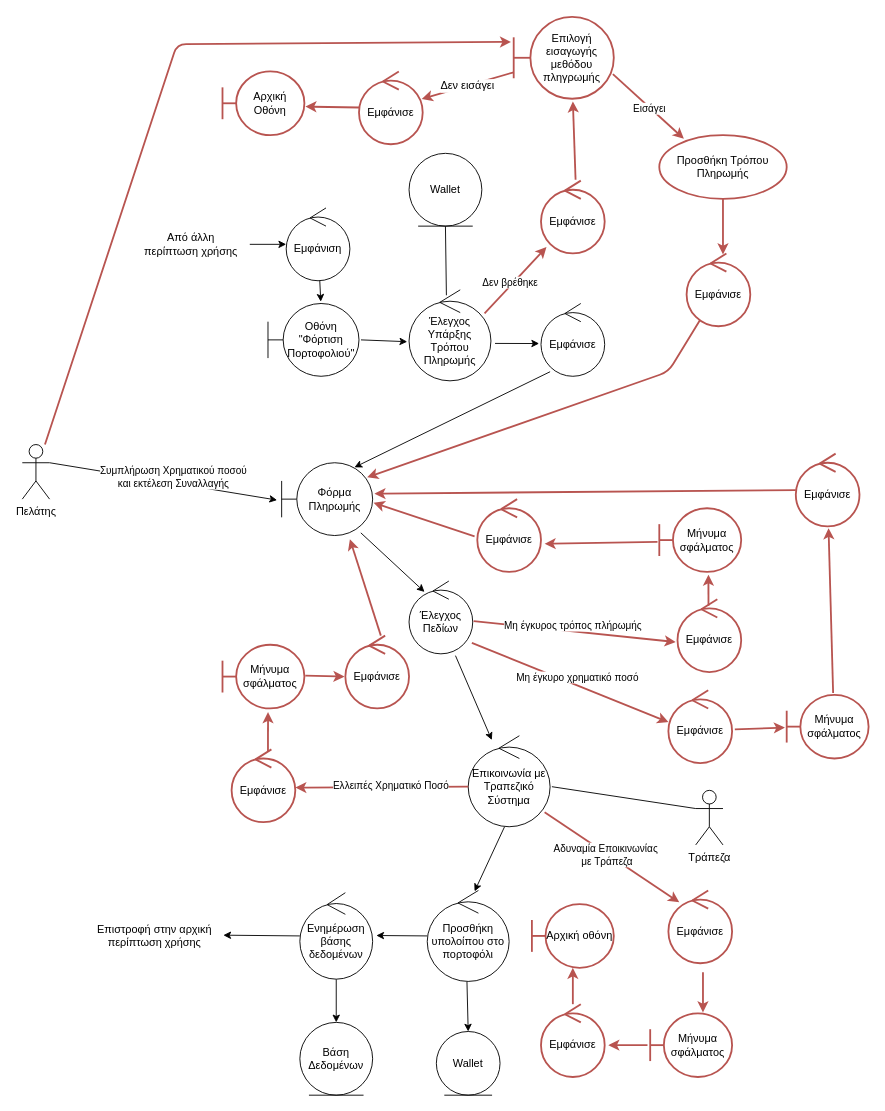
Above: Part_4/Robustness/diagrams/old/06_Φόρτιση_Πορτοφολιού.drawio in Nikolis2002/texnoligia_logismikou (draw.io), before the change. Source tidied: cells renumbered, new cells numbered last; positions are measured from the earlier drawing's top-left corner, leaving out a move shared by most shapes. Both pictures are drawn from the tidied source at 91%, with x=0, y=0 at pixel (22, 16).
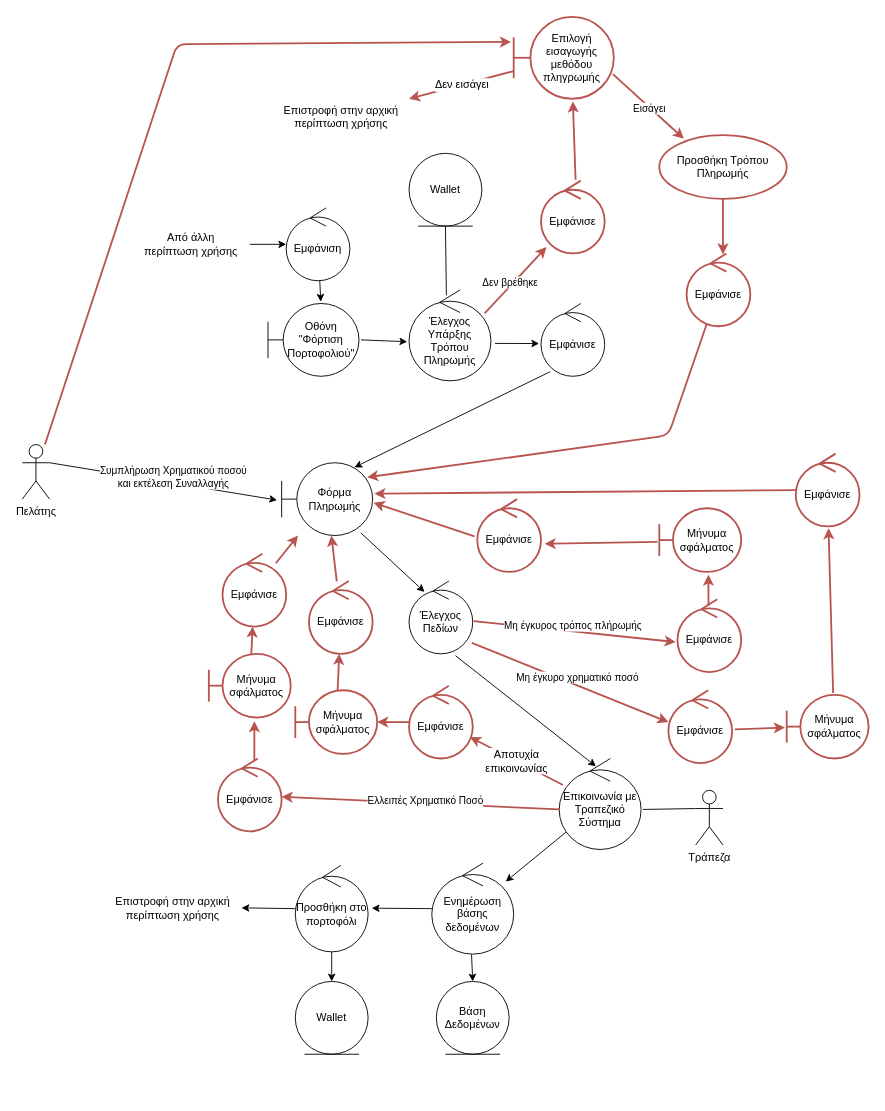
After the change.

The change refers to these unchanged cells:
```xml
<mxCell id="11" value="Έλεγχος Πεδίων" style="ellipse;shape=umlControl;whiteSpace=wrap;html=1;" parent="1" vertex="1">
  <mxGeometry x="425" y="620" width="70" height="80" as="geometry" />
</mxCell>
<mxCell id="21" value="Φόρμα Πληρωμής" style="shape=umlBoundary;whiteSpace=wrap;html=1;" parent="1" vertex="1">
  <mxGeometry x="285" y="490" width="100" height="80" as="geometry" />
</mxCell>
<mxCell id="49" value="Επιλογή εισαγωγής μεθόδου πληγρωμής" style="shape=umlBoundary;whiteSpace=wrap;html=1;fillColor=none;strokeColor=#b85450;strokeWidth=2;" parent="1" vertex="1">
  <mxGeometry x="540" width="110" height="90" as="geometry" />
</mxCell>
<mxCell id="52" value="Εμφάνισε" style="ellipse;shape=umlControl;whiteSpace=wrap;html=1;fillColor=none;strokeColor=#b85450;strokeWidth=2;" parent="1" vertex="1">
  <mxGeometry x="730" y="260" width="70" height="80" as="geometry" />
</mxCell>
```

Change to the diagram source:
```diff
@@
-    <mxCell id="10" style="edgeStyle=none;html=1;exitX=0.729;exitY=1.025;exitDx=0;exitDy=0;exitPerimeter=0;" parent="1" edge="1" source="11" target="13">
+    <mxCell id="10" style="edgeStyle=none;html=1;exitX=0.729;exitY=1.025;exitDx=0;exitDy=0;exitPerimeter=0;entryX=0.449;entryY=0.086;entryDx=0;entryDy=0;entryPerimeter=0;" parent="1" edge="1" source="11" target="13">
       <mxGeometry relative="1" as="geometry" />
     </mxCell>
@@
+    <mxCell id="63" value="Αποτυχία&lt;br&gt;επικοινωνίας" style="edgeStyle=none;html=1;fontSize=12;strokeColor=#b85450;strokeWidth=2;fillColor=none;" parent="1" edge="1" source="13" target="62">
+      <mxGeometry relative="1" as="geometry" />
+    </mxCell>
-    <mxCell id="12" style="edgeStyle=none;html=1;exitX=0.444;exitY=1;exitDx=0;exitDy=0;exitPerimeter=0;entryX=0.578;entryY=0.01;entryDx=0;entryDy=0;entryPerimeter=0;" parent="1" edge="1" source="13" target="75">
+    <mxCell id="12" style="edgeStyle=none;html=1;" parent="1" edge="1" source="13" target="75">
       <mxGeometry relative="1" as="geometry" />
     </mxCell>
     <mxCell id="13" value="Επικοινωνία με Τραπεζικό Σύστημα" style="ellipse;shape=umlControl;whiteSpace=wrap;html=1;" parent="1" vertex="1">
-      <mxGeometry x="490" y="790" width="90" height="100" as="geometry" />
+      <mxGeometry x="590" y="815" width="90" height="100" as="geometry" />
     </mxCell>
@@
-    <mxCell id="18" value="Ενημέρωση βάσης δεδομένων" style="ellipse;shape=umlControl;whiteSpace=wrap;html=1;" parent="1" vertex="1">
-      <mxGeometry x="305" y="962.5" width="80" height="95" as="geometry" />
+    <mxCell id="18" value="Προσθήκη στο πορτοφόλι" style="ellipse;shape=umlControl;whiteSpace=wrap;html=1;" parent="1" vertex="1">
+      <mxGeometry x="300" y="932.5" width="80" height="95" as="geometry" />
     </mxCell>
-    <mxCell id="19" value="Βάση Δεδομένων" style="ellipse;shape=umlEntity;whiteSpace=wrap;html=1;" parent="1" vertex="1">
-      <mxGeometry x="305" y="1105" width="80" height="80" as="geometry" />
+    <mxCell id="19" value="Wallet" style="ellipse;shape=umlEntity;whiteSpace=wrap;html=1;" parent="1" vertex="1">
+      <mxGeometry x="300" y="1060" width="80" height="80" as="geometry" />
     </mxCell>
@@
-    <mxCell id="48" value="Δεν εισάγει" style="edgeStyle=none;html=1;fontSize=12;strokeColor=#b85450;strokeWidth=2;fillColor=none;" parent="1" edge="1" source="49" target="77">
+    <mxCell id="48" value="Δεν εισάγει" style="edgeStyle=none;html=1;fontSize=12;strokeColor=#b85450;strokeWidth=2;fillColor=none;" parent="1" edge="1" source="49" target="85">
       <mxGeometry relative="1" as="geometry" />
     </mxCell>
@@
     <mxCell id="54" style="edgeStyle=none;html=1;strokeWidth=2;fontSize=12;fillColor=none;strokeColor=#b85450;entryX=0.94;entryY=0.2;entryDx=0;entryDy=0;entryPerimeter=0;" parent="1" edge="1" source="52" target="21">
       <mxGeometry relative="1" as="geometry">
         <Array as="points">
-          <mxPoint x="710" y="390" />
+          <mxPoint x="710" y="460" />
         </Array>
       </mxGeometry>
     </mxCell>
     <mxCell id="55" value="Εμφάνισε" style="ellipse;shape=umlControl;whiteSpace=wrap;html=1;fillColor=none;strokeColor=#b85450;strokeWidth=2;" parent="1" vertex="1">
-      <mxGeometry x="230" y="805" width="70" height="80" as="geometry" />
+      <mxGeometry x="215" y="815" width="70" height="80" as="geometry" />
     </mxCell>
@@
+    <mxCell id="61" style="edgeStyle=none;html=1;fontSize=12;strokeColor=#b85450;strokeWidth=2;fillColor=none;" parent="1" edge="1" source="58" target="60">
+      <mxGeometry relative="1" as="geometry" />
+    </mxCell>
     <mxCell id="58" value="Μήνυμα σφάλματος" style="shape=umlBoundary;whiteSpace=wrap;html=1;fillColor=none;strokeColor=#b85450;strokeWidth=2;" parent="1" vertex="1">
-      <mxGeometry x="220" y="690" width="90" height="70" as="geometry" />
+      <mxGeometry x="205" y="700" width="90" height="70" as="geometry" />
     </mxCell>
@@
+    <mxCell id="82" style="edgeStyle=none;html=1;fontSize=12;strokeColor=#b85450;strokeWidth=2;fillColor=none;" parent="1" edge="1" source="60" target="21">
+      <mxGeometry relative="1" as="geometry" />
+    </mxCell>
     <mxCell id="60" value="Εμφάνισε" style="ellipse;shape=umlControl;whiteSpace=wrap;html=1;fillColor=none;strokeColor=#b85450;strokeWidth=2;" parent="1" vertex="1">
-      <mxGeometry x="355" y="680" width="70" height="80" as="geometry" />
+      <mxGeometry x="220" y="590" width="70" height="80" as="geometry" />
     </mxCell>
-    <mxCell id="61" style="edgeStyle=none;html=1;strokeWidth=2;fontSize=12;fillColor=none;strokeColor=#b85450;exitX=1.011;exitY=0.486;exitDx=0;exitDy=0;exitPerimeter=0;entryX=-0.014;entryY=0.563;entryDx=0;entryDy=0;entryPerimeter=0;" parent="1" edge="1" source="58" target="60">
-      <mxGeometry relative="1" as="geometry" />
-    </mxCell>
+    <mxCell id="83" style="edgeStyle=none;html=1;fontSize=12;strokeColor=#b85450;strokeWidth=2;fillColor=none;" parent="1" edge="1" source="62" target="65">
+      <mxGeometry relative="1" as="geometry" />
+    </mxCell>
     <mxCell id="62" value="Εμφάνισε" style="ellipse;shape=umlControl;whiteSpace=wrap;html=1;fillColor=none;strokeColor=#b85450;strokeWidth=2;" parent="1" vertex="1">
-      <mxGeometry x="710" y="960" width="70" height="80" as="geometry" />
+      <mxGeometry x="425" y="735" width="70" height="80" as="geometry" />
     </mxCell>
-    <mxCell id="63" style="edgeStyle=none;html=1;strokeWidth=2;fontSize=12;fillColor=none;strokeColor=#b85450;exitX=0.933;exitY=0.84;exitDx=0;exitDy=0;exitPerimeter=0;entryX=0.171;entryY=0.163;entryDx=0;entryDy=0;entryPerimeter=0;" parent="1" edge="1" source="13" target="62">
-      <mxGeometry relative="1" as="geometry" />
-    </mxCell>
-    <mxCell id="64" value="Αδυναμία Εποικινωνίας&lt;br&gt;&amp;nbsp;με Τράπεζα" style="edgeLabel;html=1;align=center;verticalAlign=middle;" parent="63" vertex="1">
-      <mxGeometry x="-0.38" y="5" relative="1" as="geometry">
-        <mxPoint x="18" y="20" as="offset" />
-      </mxGeometry>
-    </mxCell>
+    <mxCell id="84" style="edgeStyle=none;html=1;fontSize=12;strokeColor=#b85450;strokeWidth=2;fillColor=none;" parent="1" edge="1" source="65" target="87">
+      <mxGeometry relative="1" as="geometry" />
+    </mxCell>
     <mxCell id="65" value="Μήνυμα σφάλματος" style="shape=umlBoundary;whiteSpace=wrap;html=1;fillColor=none;strokeColor=#b85450;strokeWidth=2;" parent="1" vertex="1">
-      <mxGeometry x="690" y="1095" width="90" height="70" as="geometry" />
+      <mxGeometry x="300" y="740" width="90" height="70" as="geometry" />
     </mxCell>
-    <mxCell id="66" style="edgeStyle=none;html=1;strokeWidth=2;fontSize=12;fillColor=none;strokeColor=#b85450;entryX=0.644;entryY=-0.014;entryDx=0;entryDy=0;entryPerimeter=0;" parent="1" edge="1" target="65">
-      <mxGeometry relative="1" as="geometry">
-        <mxPoint x="748" y="1050" as="sourcePoint" />
-      </mxGeometry>
-    </mxCell>
-    <mxCell id="67" style="edgeStyle=none;html=1;fontSize=12;strokeColor=#b85450;strokeWidth=2;fillColor=none;" parent="1" edge="1" source="68" target="80">
-      <mxGeometry relative="1" as="geometry" />
-    </mxCell>
-    <mxCell id="68" value="Εμφάνισε" style="ellipse;shape=umlControl;whiteSpace=wrap;html=1;fillColor=none;strokeColor=#b85450;strokeWidth=2;" parent="1" vertex="1">
-      <mxGeometry x="570" y="1085" width="70" height="80" as="geometry" />
-    </mxCell>
-    <mxCell id="69" style="edgeStyle=none;html=1;strokeWidth=2;fontSize=12;fillColor=none;strokeColor=#b85450;exitX=-0.033;exitY=0.5;exitDx=0;exitDy=0;exitPerimeter=0;entryX=1.057;entryY=0.563;entryDx=0;entryDy=0;entryPerimeter=0;" parent="1" edge="1" source="65" target="68">
-      <mxGeometry relative="1" as="geometry" />
-    </mxCell>
@@
-    <mxCell id="71" value="Wallet" style="ellipse;shape=umlEntity;whiteSpace=wrap;html=1;" parent="1" vertex="1">
-      <mxGeometry x="455" y="1115" width="70" height="70" as="geometry" />
+    <mxCell id="71" value="Βάση Δεδομένων" style="ellipse;shape=umlEntity;whiteSpace=wrap;html=1;" parent="1" vertex="1">
+      <mxGeometry x="455" y="1060" width="80" height="80" as="geometry" />
     </mxCell>
-    <mxCell id="72" style="edgeStyle=none;html=1;strokeWidth=2;fontSize=12;fillColor=none;strokeColor=#b85450;exitX=0.557;exitY=0;exitDx=0;exitDy=0;exitPerimeter=0;" parent="1" edge="1" source="60">
-      <mxGeometry relative="1" as="geometry">
-        <mxPoint x="360" y="574" as="targetPoint" />
-      </mxGeometry>
-    </mxCell>
@@
-    <mxCell id="75" value="Προσθήκη υπολοίπου στο πορτοφόλι" style="ellipse;shape=umlControl;whiteSpace=wrap;html=1;" parent="1" vertex="1">
-      <mxGeometry x="445" y="960" width="90" height="100" as="geometry" />
+    <mxCell id="75" value="Ενημέρωση βάσης δεδομένων" style="ellipse;shape=umlControl;whiteSpace=wrap;html=1;" parent="1" vertex="1">
+      <mxGeometry x="450" y="930" width="90" height="100" as="geometry" />
     </mxCell>
-    <mxCell id="76" style="edgeStyle=none;html=1;entryX=1.012;entryY=0.552;entryDx=0;entryDy=0;entryPerimeter=0;fontSize=12;strokeColor=#b85450;strokeWidth=2;fillColor=none;" parent="1" edge="1" source="77" target="79">
-      <mxGeometry relative="1" as="geometry" />
-    </mxCell>
-    <mxCell id="77" value="Εμφάνισε" style="ellipse;shape=umlControl;whiteSpace=wrap;html=1;fillColor=none;strokeColor=#b85450;strokeWidth=2;" parent="1" vertex="1">
-      <mxGeometry x="370" y="60" width="70" height="80" as="geometry" />
-    </mxCell>
@@
-    <mxCell id="79" value="Αρχική Οθόνη" style="shape=umlBoundary;whiteSpace=wrap;html=1;fillColor=none;strokeColor=#b85450;strokeWidth=2;" parent="1" vertex="1">
-      <mxGeometry x="220" y="60" width="90" height="70" as="geometry" />
-    </mxCell>
-    <mxCell id="80" value="Αρχική οθόνη" style="shape=umlBoundary;whiteSpace=wrap;html=1;fillColor=none;strokeColor=#b85450;strokeWidth=2;" parent="1" vertex="1">
-      <mxGeometry x="560" y="975" width="90" height="70" as="geometry" />
-    </mxCell>
     <mxCell id="81" value="Επιστροφή στην αρχική&lt;br&gt;περίπτωση χρήσης" style="text;html=1;align=center;verticalAlign=middle;points=[];strokeColor=none;fillColor=none;" parent="1" vertex="1">
-      <mxGeometry x="70" y="990" width="150" height="40" as="geometry" />
+      <mxGeometry x="90" y="960" width="150" height="40" as="geometry" />
     </mxCell>
+    <mxCell id="85" value="Επιστροφή στην αρχική&lt;br&gt;περίπτωση χρήσης" style="text;html=1;align=center;verticalAlign=middle;points=[];strokeColor=none;fillColor=none;" parent="1" vertex="1">
+      <mxGeometry x="275" y="90" width="150" height="40" as="geometry" />
+    </mxCell>
+    <mxCell id="86" style="edgeStyle=none;html=1;fontSize=12;strokeColor=#b85450;strokeWidth=2;fillColor=none;" parent="1" edge="1" source="87" target="21">
+      <mxGeometry relative="1" as="geometry" />
+    </mxCell>
+    <mxCell id="87" value="Εμφάνισε" style="ellipse;shape=umlControl;whiteSpace=wrap;html=1;fillColor=none;strokeColor=#b85450;strokeWidth=2;" parent="1" vertex="1">
+      <mxGeometry x="315" y="620" width="70" height="80" as="geometry" />
+    </mxCell>
```
